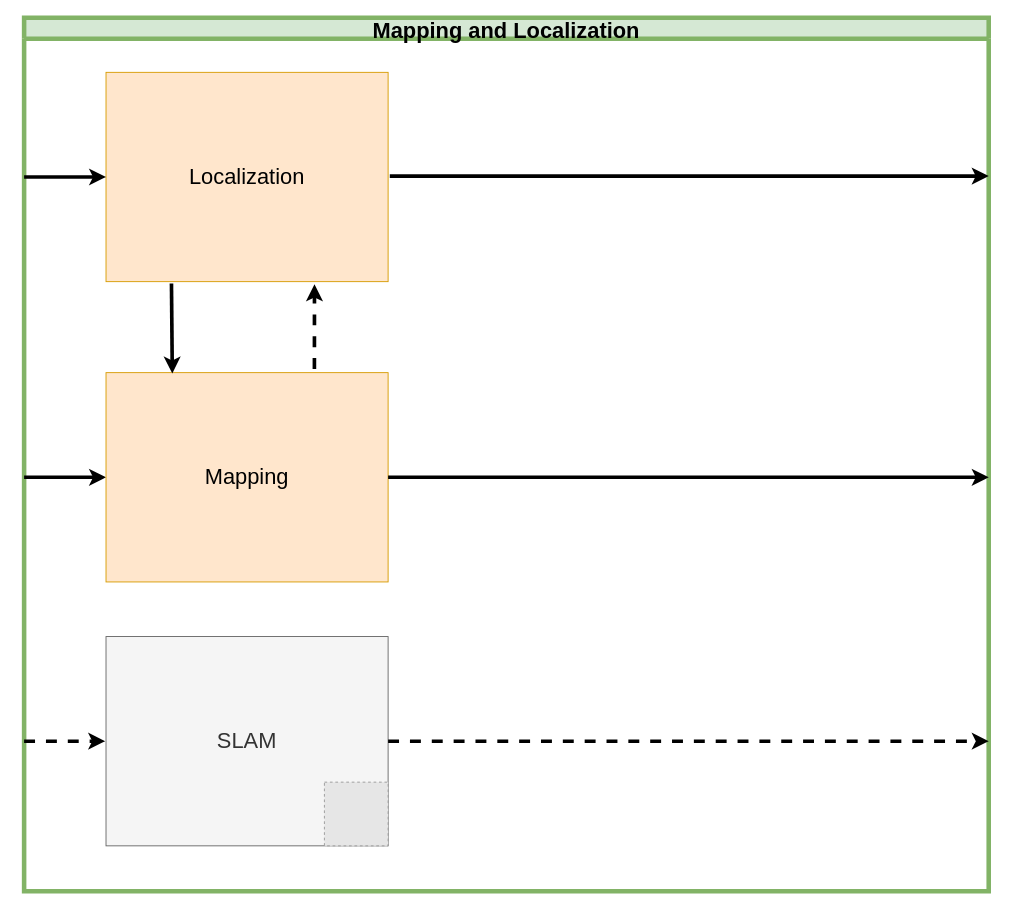
The draw.io diagram page "#2 Localization and Mapping" (5 of 14) of OutdoorNavigationStructure.drawio in ipa-dmo/ipa_outdoor_docu, before the edit. Source tidied: cells renumbered, new cells numbered last; positions are measured from the earlier drawing's top-left corner, leaving out a move shared by most shapes. Both pictures are drawn from the tidied source at 91%, with x=0, y=0 at pixel (24, 17). Pictures stored in the file or linked from it are replaced by grey dashed boxes.
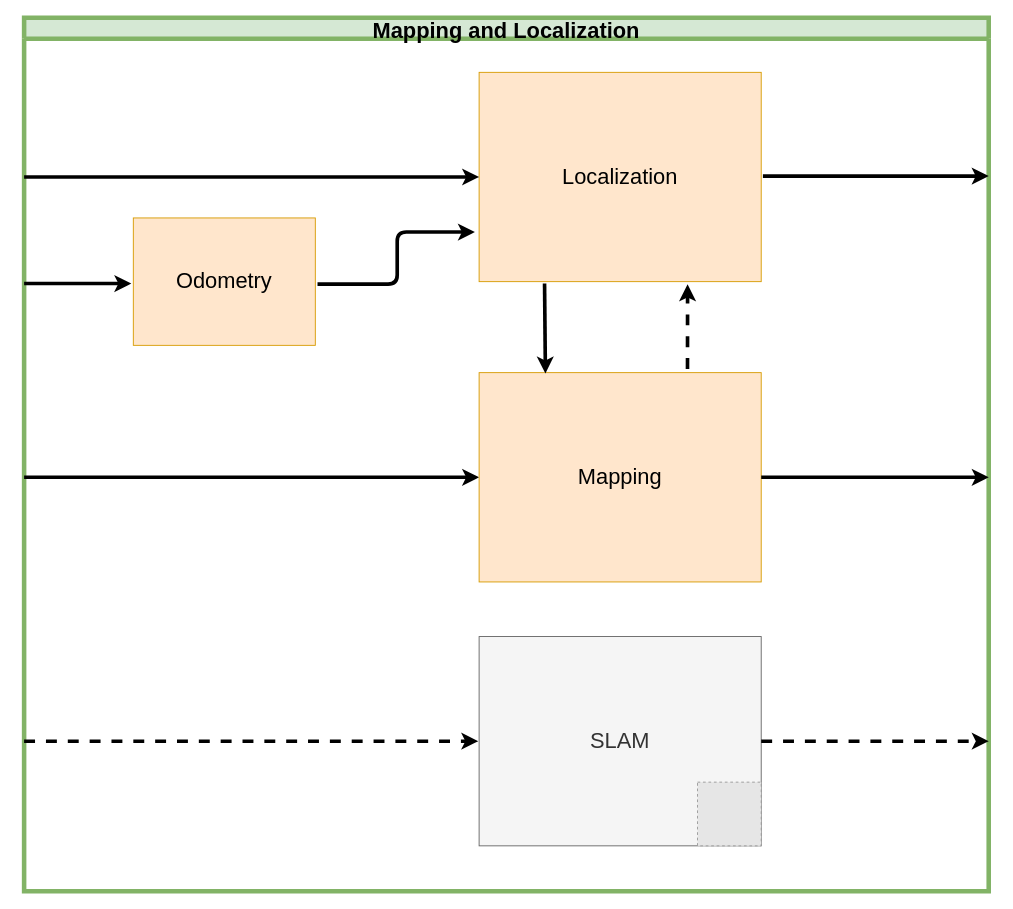
After the change.

Unchanged cells that the change refers to:
```xml
<mxCell id="2" value="Mapping and Localization" style="swimlane;fillColor=#d5e8d4;strokeColor=#82b366;fontSize=24;strokeWidth=5;" parent="1" vertex="1">
  <mxGeometry width="1060" height="960" as="geometry" />
</mxCell>
```

Diff of the diagram source:
```diff
@@
     <mxCell id="4" value="&lt;font style=&quot;font-size: 24px&quot;&gt;Localization&lt;/font&gt;" style="whiteSpace=wrap;html=1;fillColor=#ffe6cc;strokeColor=#d79b00;" parent="2" vertex="1">
-      <mxGeometry x="90" y="60" width="310" height="230" as="geometry" />
+      <mxGeometry x="500" y="60" width="310" height="230" as="geometry" />
     </mxCell>
     <mxCell id="5" value="&lt;font style=&quot;font-size: 24px&quot;&gt;Mapping&lt;/font&gt;" style="whiteSpace=wrap;html=1;fillColor=#ffe6cc;strokeColor=#d79b00;" parent="2" vertex="1">
-      <mxGeometry x="90" y="390" width="310" height="230" as="geometry" />
+      <mxGeometry x="500" y="390" width="310" height="230" as="geometry" />
     </mxCell>
@@
     <mxCell id="10" style="endArrow=classic;html=1;entryX=0.739;entryY=1.013;entryDx=0;entryDy=0;strokeWidth=4;entryPerimeter=0;dashed=1;" parent="2" edge="1" target="4">
       <mxGeometry relative="1" as="geometry">
-        <mxPoint x="319" y="386" as="sourcePoint" />
+        <mxPoint x="729" y="386" as="sourcePoint" />
       </mxGeometry>
     </mxCell>
     <mxCell id="11" value="&lt;font style=&quot;font-size: 24px&quot;&gt;SLAM&lt;/font&gt;" style="whiteSpace=wrap;html=1;fillColor=#f5f5f5;strokeColor=#666666;fontColor=#333333;" parent="2" vertex="1">
-      <mxGeometry x="90" y="680" width="310" height="230" as="geometry" />
+      <mxGeometry x="500" y="680" width="310" height="230" as="geometry" />
     </mxCell>
@@
     <mxCell id="14" style="fillColor=#E6E6E6;strokeColor=#999999;dashed=1;html=1;verticalAlign=top;verticalLabelPosition=bottom;labelBackgroundColor=#ffffff;fontColor=#FF0000;" parent="2" vertex="1">
-      <mxGeometry x="330" y="840" width="70" height="70" as="geometry" />
+      <mxGeometry x="740" y="840" width="70" height="70" as="geometry" />
     </mxCell>
+    <mxCell id="15" value="&lt;div&gt;&lt;font style=&quot;font-size: 24px&quot;&gt;Odometry&lt;/font&gt;&lt;/div&gt;" style="whiteSpace=wrap;html=1;fillColor=#ffe6cc;strokeColor=#d79b00;" parent="2" vertex="1">
+      <mxGeometry x="120" y="220" width="200" height="140" as="geometry" />
+    </mxCell>
+    <mxCell id="16" style="endArrow=classic;html=1;strokeWidth=4;exitX=1.012;exitY=0.519;exitDx=0;exitDy=0;exitPerimeter=0;edgeStyle=orthogonalEdgeStyle;entryX=-0.015;entryY=0.763;entryDx=0;entryDy=0;entryPerimeter=0;" parent="2" edge="1" source="15" target="4">
+      <mxGeometry relative="1" as="geometry" />
+    </mxCell>
+    <mxCell id="17" style="endArrow=classic;html=1;entryX=-0.011;entryY=0.515;entryDx=0;entryDy=0;strokeWidth=4;entryPerimeter=0;" parent="1" edge="1" target="15">
+      <mxGeometry relative="1" as="geometry">
+        <mxPoint y="292" as="sourcePoint" />
+      </mxGeometry>
+    </mxCell>
```
